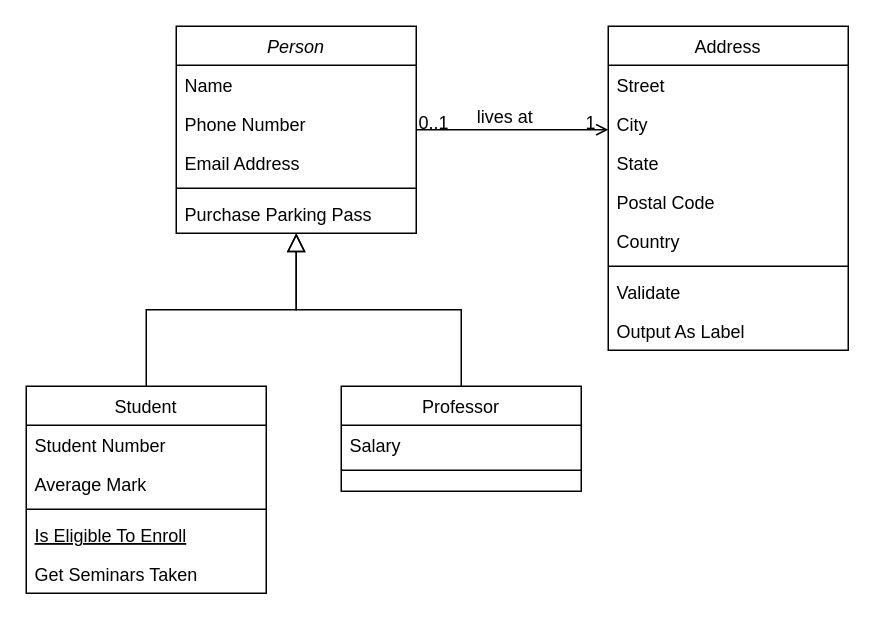
Above: Diagrama sem nome.drawio in MariaLuizaNovasky/ControleDePonto (draw.io), before the change. Source tidied: cells renumbered, new cells numbered last; positions are measured from the earlier drawing's top-left corner, leaving out a move shared by most shapes. Both pictures are drawn from the tidied source at 150%, with x=0, y=0 at pixel (26, 26).
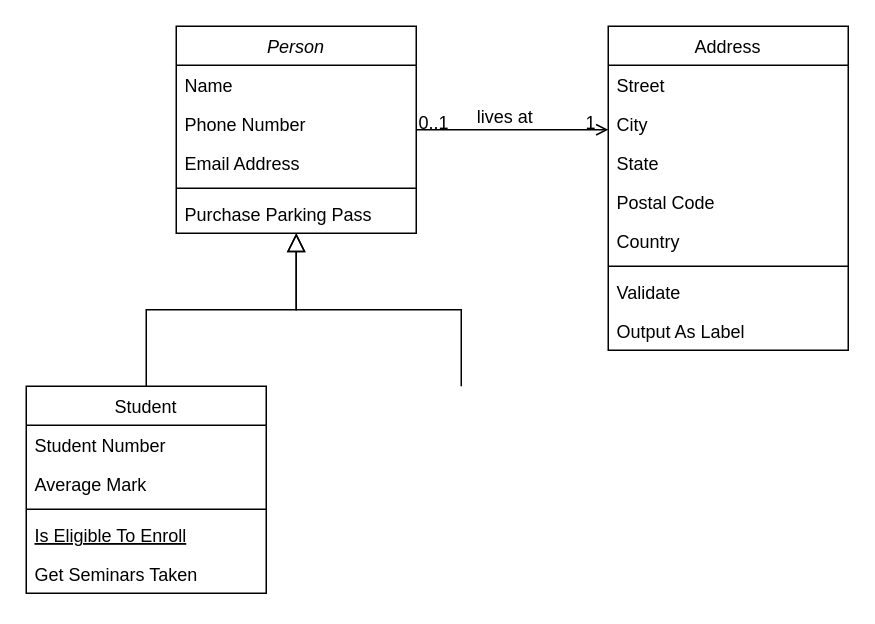
Above is the later version.

Unchanged cells that the change refers to:
```xml
<mxCell id="2" value="Person" style="swimlane;fontStyle=2;align=center;verticalAlign=top;horizontal=1;startSize=26;rounded=0;shadow=0;strokeWidth=1;" parent="1" vertex="1">
  <mxGeometry x="100" width="160" height="138" as="geometry" />
</mxCell>
```

What changed in the source:
```diff
@@
-    <mxCell id="15" value="Professor" style="swimlane;fontStyle=0;align=center;verticalAlign=top;horizontal=1;startSize=26;rounded=0;shadow=0;strokeWidth=1;" parent="1" vertex="1">
-      <mxGeometry x="210" y="240" width="160" height="70" as="geometry" />
-    </mxCell>
-    <mxCell id="16" value="Salary" style="text;align=left;verticalAlign=top;spacingLeft=4;spacingRight=4;overflow=hidden;" parent="15" vertex="1">
-      <mxGeometry y="26" width="160" height="26" as="geometry" />
-    </mxCell>
-    <mxCell id="17" style="line;html=1;strokeWidth=1;align=left;verticalAlign=middle;spacingTop=-1;spacingLeft=3;spacingRight=3;labelPosition=right;" parent="15" vertex="1">
-      <mxGeometry y="52" width="160" height="8" as="geometry" />
-    </mxCell>
-    <mxCell id="18" style="endArrow=block;endSize=10;endFill=0;shadow=0;strokeWidth=1;rounded=0;curved=0;edgeStyle=elbowEdgeStyle;elbow=vertical;" parent="1" edge="1" source="15" target="2">
-      <mxGeometry relative="1" as="geometry" />
+    <mxCell id="18" style="endArrow=block;endSize=10;endFill=0;shadow=0;strokeWidth=1;rounded=0;curved=0;edgeStyle=elbowEdgeStyle;elbow=vertical;" parent="1" edge="1" target="2">
+      <mxGeometry relative="1" as="geometry">
+        <mxPoint x="290" y="240" as="sourcePoint" />
+      </mxGeometry>
     </mxCell>
```
